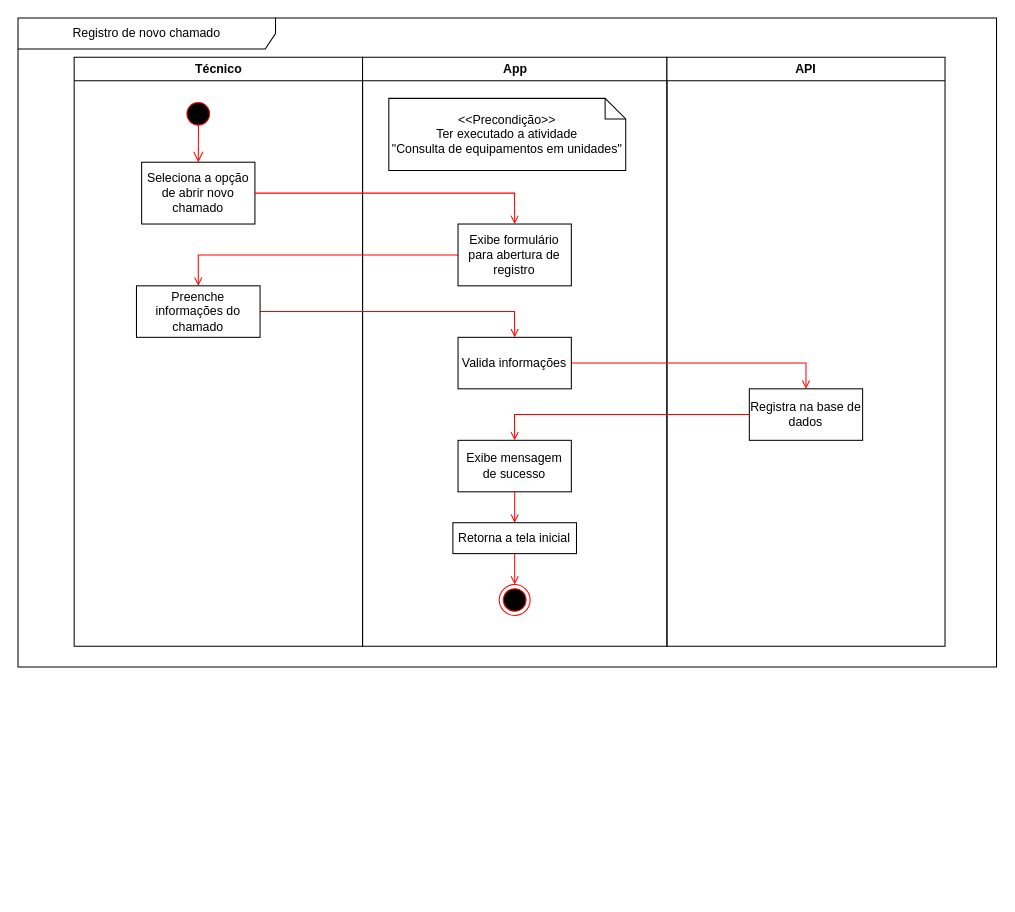
DanielRM07/TCC keeps this draw.io diagram as Diagramas/atv_registrar_chamado.drawio. Above is the earlier version. Source tidied: cells renumbered, new cells numbered last; positions are measured from the earlier drawing's top-left corner, leaving out a move shared by most shapes. Both pictures are drawn from the tidied source at 103%, with x=0, y=0 at pixel (18, 18).
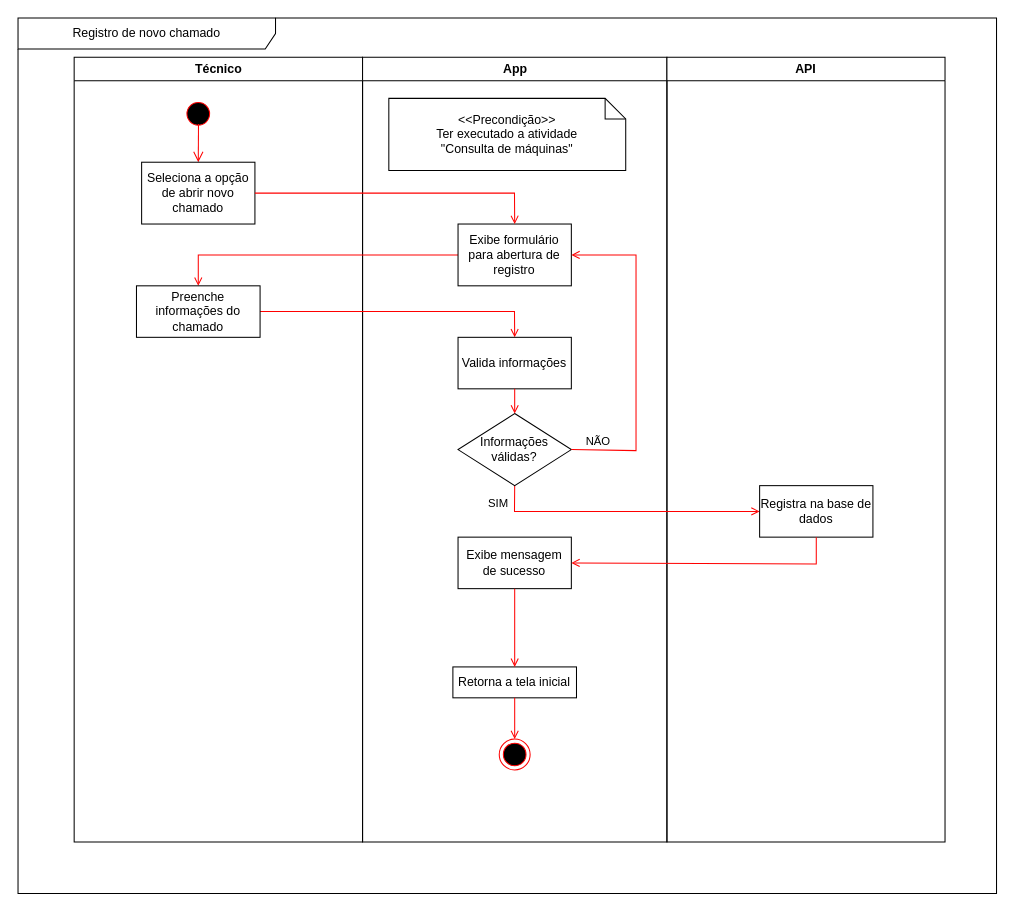
Above is the later version.

Unchanged cells that the change refers to:
```xml
<mxCell id="14" value="Exibe formulário para abertura de registro" style="whiteSpace=wrap;" parent="1" vertex="1">
  <mxGeometry x="427.2" y="200" width="110" height="60" as="geometry" />
</mxCell>
<mxCell id="16" value="Valida informações" style="whiteSpace=wrap;" parent="1" vertex="1">
  <mxGeometry x="427.2" y="310" width="110" height="50" as="geometry" />
</mxCell>
```

What changed in the source:
```diff
@@
     <mxCell id="2" value="Técnico" style="swimlane;whiteSpace=wrap;" parent="1" vertex="1">
-      <mxGeometry x="54.5" y="38" width="280" height="572" as="geometry" />
+      <mxGeometry x="54.5" y="38" width="280" height="762" as="geometry" />
     </mxCell>
     <mxCell id="3" value="App" style="swimlane;whiteSpace=wrap;" parent="1" vertex="1">
-      <mxGeometry x="334.5" y="38" width="295.5" height="572" as="geometry" />
+      <mxGeometry x="334.5" y="38" width="295.5" height="762" as="geometry" />
     </mxCell>
     <mxCell id="4" value="API" style="swimlane;whiteSpace=wrap;" parent="1" vertex="1">
-      <mxGeometry x="630" y="38" width="270" height="572" as="geometry" />
+      <mxGeometry x="630" y="38" width="270" height="762" as="geometry" />
     </mxCell>
@@
     <mxCell id="7" value="Registro de novo chamado" style="shape=umlFrame;whiteSpace=wrap;html=1;width=250;height=30;" parent="1" vertex="1">
-      <mxGeometry width="950" height="630" as="geometry" />
+      <mxGeometry width="950" height="850" as="geometry" />
     </mxCell>
     <mxCell id="8" style="ellipse;html=1;shape=endState;fillColor=#000000;strokeColor=#ff0000;" parent="1" vertex="1">
-      <mxGeometry x="467.2" y="550" width="30" height="30" as="geometry" />
+      <mxGeometry x="467.2" y="700" width="30" height="30" as="geometry" />
     </mxCell>
-    <mxCell id="9" style="endArrow=open;strokeColor=#FF0000;endFill=1;rounded=0;exitX=1;exitY=0.5;exitDx=0;exitDy=0;entryX=0.5;entryY=0;entryDx=0;entryDy=0;" parent="1" edge="1" source="16" target="17">
+    <mxCell id="9" style="endArrow=open;strokeColor=#FF0000;endFill=1;rounded=0;exitX=0.5;exitY=1;exitDx=0;exitDy=0;entryX=0;entryY=0.5;entryDx=0;entryDy=0;" parent="1" edge="1" source="25" target="17">
       <mxGeometry relative="1" as="geometry">
         <Array as="points">
-          <mxPoint x="765" y="335" />
+          <mxPoint x="482" y="479" />
         </Array>
       </mxGeometry>
     </mxCell>
+    <mxCell id="24" value="SIM" style="edgeLabel;html=1;align=center;verticalAlign=middle;" parent="9" vertex="1">
+      <mxGeometry x="-0.14" y="-1" relative="1" as="geometry">
+        <mxPoint x="-104" y="-10" as="offset" />
+      </mxGeometry>
+    </mxCell>
-    <mxCell id="10" value="&amp;lt;&amp;lt;Precondição&amp;gt;&amp;gt;&lt;div&gt;Ter executado a atividade&lt;br&gt;&quot;Consulta de equipamentos em unidades&quot;&lt;br&gt;&lt;/div&gt;" style="shape=note;size=20;whiteSpace=wrap;html=1;" parent="1" vertex="1">
+    <mxCell id="10" value="&amp;lt;&amp;lt;Precondição&amp;gt;&amp;gt;&lt;div&gt;Ter executado a atividade&lt;br&gt;&quot;Consulta de máquinas&quot;&lt;br&gt;&lt;/div&gt;" style="shape=note;size=20;whiteSpace=wrap;html=1;" parent="1" vertex="1">
       <mxGeometry x="360" y="78" width="230" height="70" as="geometry" />
     </mxCell>
@@
     <mxCell id="17" value="Registra na base de dados" style="whiteSpace=wrap;" parent="1" vertex="1">
-      <mxGeometry x="710" y="360" width="110" height="50" as="geometry" />
+      <mxGeometry x="720" y="454" width="110" height="50" as="geometry" />
     </mxCell>
     <mxCell id="18" value="Exibe mensagem de sucesso" style="whiteSpace=wrap;" parent="1" vertex="1">
-      <mxGeometry x="427.2" y="410" width="110" height="50" as="geometry" />
+      <mxGeometry x="427.2" y="504" width="110" height="50" as="geometry" />
     </mxCell>
-    <mxCell id="19" style="endArrow=open;strokeColor=#FF0000;endFill=1;rounded=0;entryX=0.5;entryY=0;entryDx=0;entryDy=0;exitX=0;exitY=0.5;exitDx=0;exitDy=0;" parent="1" edge="1" source="17" target="18">
-      <mxGeometry relative="1" as="geometry">
-        <Array as="points">
-          <mxPoint x="482" y="385" />
-        </Array>
-      </mxGeometry>
-    </mxCell>
     <mxCell id="20" value="Retorna a tela inicial" style="whiteSpace=wrap;" parent="1" vertex="1">
-      <mxGeometry x="422.2" y="490" width="120" height="30" as="geometry" />
+      <mxGeometry x="422.2" y="630" width="120" height="30" as="geometry" />
     </mxCell>
@@
+    <mxCell id="25" value="Informações válidas?" style="rhombus;whiteSpace=wrap;html=1;" parent="1" vertex="1">
+      <mxGeometry x="427.2" y="384" width="110" height="70" as="geometry" />
+    </mxCell>
+    <mxCell id="26" style="endArrow=open;strokeColor=#FF0000;endFill=1;rounded=0;entryX=0.5;entryY=0;entryDx=0;entryDy=0;exitX=0.5;exitY=1;exitDx=0;exitDy=0;" parent="1" edge="1" source="16" target="25">
+      <mxGeometry relative="1" as="geometry" />
+    </mxCell>
+    <mxCell id="19" style="endArrow=open;strokeColor=#FF0000;endFill=1;rounded=0;entryX=1;entryY=0.5;entryDx=0;entryDy=0;exitX=0.5;exitY=1;exitDx=0;exitDy=0;" parent="1" edge="1" source="17" target="18">
+      <mxGeometry relative="1" as="geometry">
+        <Array as="points">
+          <mxPoint x="775" y="530" />
+        </Array>
+      </mxGeometry>
+    </mxCell>
+    <mxCell id="27" style="endArrow=open;strokeColor=#FF0000;endFill=1;rounded=0;exitX=1;exitY=0.5;exitDx=0;exitDy=0;entryX=1;entryY=0.5;entryDx=0;entryDy=0;" parent="1" edge="1" source="25" target="14">
+      <mxGeometry relative="1" as="geometry">
+        <Array as="points">
+          <mxPoint x="600" y="420" />
+          <mxPoint x="600" y="230" />
+        </Array>
+      </mxGeometry>
+    </mxCell>
+    <mxCell id="28" value="NÃO" style="edgeLabel;html=1;align=center;verticalAlign=middle;" parent="27" vertex="1">
+      <mxGeometry x="-0.84" y="1" relative="1" as="geometry">
+        <mxPoint y="-8" as="offset" />
+      </mxGeometry>
+    </mxCell>
```
